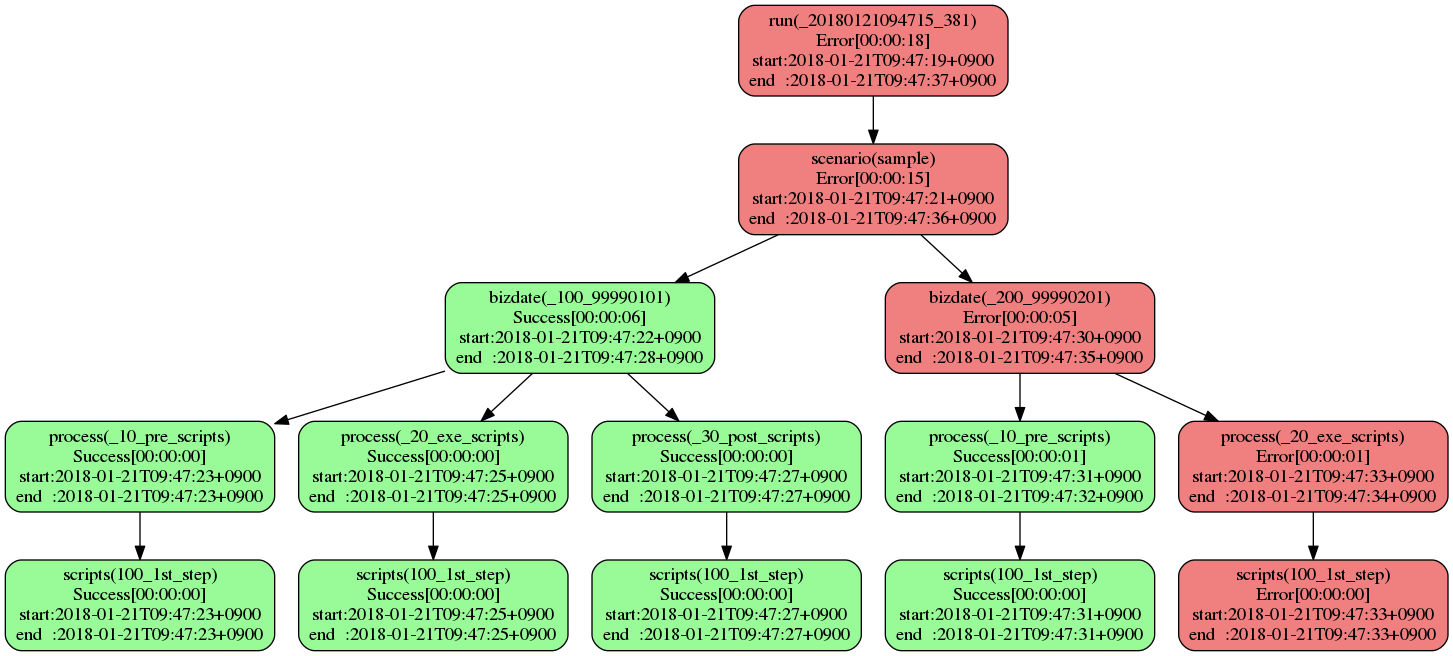
The Graphviz diagram sample.png in tkhr-sait/stfw-result-viewer-rails, before a commit. Its source is kept beside it as sample.dot.
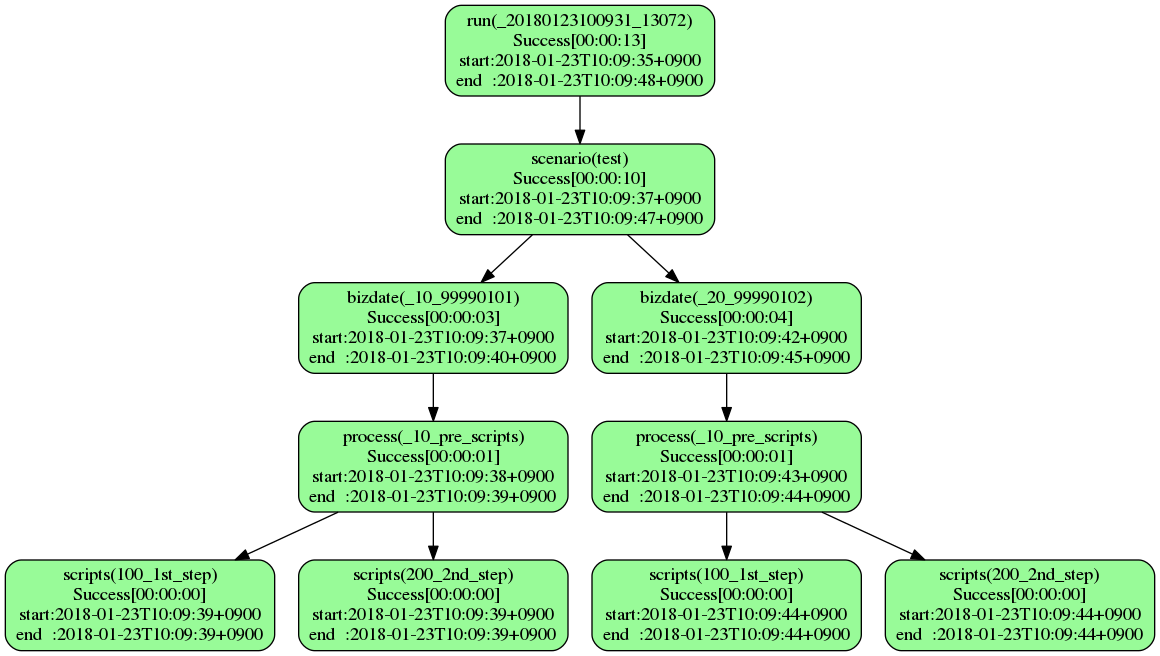
After the change.

The edit, as a diff of the source:
```diff
@@ -1,30 +1,22 @@
 digraph G {
   layout="dot";
-  x20180121094715x381xrun[label="run(_20180121094715_381)\nError[00:00:18]\nstart:2018-01-21T09:47:19+0900\nend  :2018-01-21T09:47:37+0900",shape="box",style="filled,rounded",fillcolor="lightcoral"];
-  x20180121094715x381xrunxsample[label="scenario(sample)\nError[00:00:15]\nstart:2018-01-21T09:47:21+0900\nend  :2018-01-21T09:47:36+0900",shape="box",style="filled,rounded",fillcolor="lightcoral"];
-  x20180121094715x381xrunxsamplexx100x99990101[label="bizdate(_100_99990101)\nSuccess[00:00:06]\nstart:2018-01-21T09:47:22+0900\nend  :2018-01-21T09:47:28+0900",shape="box",style="filled,rounded",fillcolor="palegreen"];
-  x20180121094715x381xrunxsamplexx100x99990101xx10xprexscripts[label="process(_10_pre_scripts)\nSuccess[00:00:00]\nstart:2018-01-21T09:47:23+0900\nend  :2018-01-21T09:47:23+0900",shape="box",style="filled,rounded",fillcolor="palegreen"];
-  x20180121094715x381xrunxsamplexx100x99990101xx10xprexscriptsx100x1stxstep[label="scripts(100_1st_step)\nSuccess[00:00:00]\nstart:2018-01-21T09:47:23+0900\nend  :2018-01-21T09:47:23+0900",shape="box",style="filled,rounded",fillcolor="palegreen"];
-  x20180121094715x381xrunxsamplexx100x99990101xx20xexexscripts[label="process(_20_exe_scripts)\nSuccess[00:00:00]\nstart:2018-01-21T09:47:25+0900\nend  :2018-01-21T09:47:25+0900",shape="box",style="filled,rounded",fillcolor="palegreen"];
-  x20180121094715x381xrunxsamplexx100x99990101xx20xexexscriptsx100x1stxstep[label="scripts(100_1st_step)\nSuccess[00:00:00]\nstart:2018-01-21T09:47:25+0900\nend  :2018-01-21T09:47:25+0900",shape="box",style="filled,rounded",fillcolor="palegreen"];
-  x20180121094715x381xrunxsamplexx100x99990101xx30xpostxscripts[label="process(_30_post_scripts)\nSuccess[00:00:00]\nstart:2018-01-21T09:47:27+0900\nend  :2018-01-21T09:47:27+0900",shape="box",style="filled,rounded",fillcolor="palegreen"];
-  x20180121094715x381xrunxsamplexx100x99990101xx30xpostxscriptsx100x1stxstep[label="scripts(100_1st_step)\nSuccess[00:00:00]\nstart:2018-01-21T09:47:27+0900\nend  :2018-01-21T09:47:27+0900",shape="box",style="filled,rounded",fillcolor="palegreen"];
-  x20180121094715x381xrunxsamplexx200x99990201[label="bizdate(_200_99990201)\nError[00:00:05]\nstart:2018-01-21T09:47:30+0900\nend  :2018-01-21T09:47:35+0900",shape="box",style="filled,rounded",fillcolor="lightcoral"];
-  x20180121094715x381xrunxsamplexx200x99990201xx10xprexscripts[label="process(_10_pre_scripts)\nSuccess[00:00:01]\nstart:2018-01-21T09:47:31+0900\nend  :2018-01-21T09:47:32+0900",shape="box",style="filled,rounded",fillcolor="palegreen"];
-  x20180121094715x381xrunxsamplexx200x99990201xx10xprexscriptsx100x1stxstep[label="scripts(100_1st_step)\nSuccess[00:00:00]\nstart:2018-01-21T09:47:31+0900\nend  :2018-01-21T09:47:31+0900",shape="box",style="filled,rounded",fillcolor="palegreen"];
-  x20180121094715x381xrunxsamplexx200x99990201xx20xexexscripts[label="process(_20_exe_scripts)\nError[00:00:01]\nstart:2018-01-21T09:47:33+0900\nend  :2018-01-21T09:47:34+0900",shape="box",style="filled,rounded",fillcolor="lightcoral"];
-  x20180121094715x381xrunxsamplexx200x99990201xx20xexexscriptsx100x1stxstep[label="scripts(100_1st_step)\nError[00:00:00]\nstart:2018-01-21T09:47:33+0900\nend  :2018-01-21T09:47:33+0900",shape="box",style="filled,rounded",fillcolor="lightcoral"];
-  x20180121094715x381xrun -> x20180121094715x381xrunxsample;
-  x20180121094715x381xrunxsample -> x20180121094715x381xrunxsamplexx100x99990101;
-  x20180121094715x381xrunxsamplexx100x99990101 -> x20180121094715x381xrunxsamplexx100x99990101xx10xprexscripts;
-  x20180121094715x381xrunxsamplexx100x99990101xx10xprexscripts -> x20180121094715x381xrunxsamplexx100x99990101xx10xprexscriptsx100x1stxstep;
-  x20180121094715x381xrunxsamplexx100x99990101 -> x20180121094715x381xrunxsamplexx100x99990101xx20xexexscripts;
-  x20180121094715x381xrunxsamplexx100x99990101xx20xexexscripts -> x20180121094715x381xrunxsamplexx100x99990101xx20xexexscriptsx100x1stxstep;
-  x20180121094715x381xrunxsamplexx100x99990101 -> x20180121094715x381xrunxsamplexx100x99990101xx30xpostxscripts;
-  x20180121094715x381xrunxsamplexx100x99990101xx30xpostxscripts -> x20180121094715x381xrunxsamplexx100x99990101xx30xpostxscriptsx100x1stxstep;
-  x20180121094715x381xrunxsample -> x20180121094715x381xrunxsamplexx200x99990201;
-  x20180121094715x381xrunxsamplexx200x99990201 -> x20180121094715x381xrunxsamplexx200x99990201xx10xprexscripts;
-  x20180121094715x381xrunxsamplexx200x99990201xx10xprexscripts -> x20180121094715x381xrunxsamplexx200x99990201xx10xprexscriptsx100x1stxstep;
-  x20180121094715x381xrunxsamplexx200x99990201 -> x20180121094715x381xrunxsamplexx200x99990201xx20xexexscripts;
-  x20180121094715x381xrunxsamplexx200x99990201xx20xexexscripts -> x20180121094715x381xrunxsamplexx200x99990201xx20xexexscriptsx100x1stxstep;
+  x20180123100931x13072xrun[label="run(_20180123100931_13072)\nSuccess[00:00:13]\nstart:2018-01-23T10:09:35+0900\nend  :2018-01-23T10:09:48+0900",shape="box",style="filled,rounded",fillcolor="palegreen"];
+  x20180123100931x13072xrunxtest[label="scenario(test)\nSuccess[00:00:10]\nstart:2018-01-23T10:09:37+0900\nend  :2018-01-23T10:09:47+0900",shape="box",style="filled,rounded",fillcolor="palegreen"];
+  x20180123100931x13072xrunxtestxx10x99990101[label="bizdate(_10_99990101)\nSuccess[00:00:03]\nstart:2018-01-23T10:09:37+0900\nend  :2018-01-23T10:09:40+0900",shape="box",style="filled,rounded",fillcolor="palegreen"];
+  x20180123100931x13072xrunxtestxx10x99990101xx10xprexscripts[label="process(_10_pre_scripts)\nSuccess[00:00:01]\nstart:2018-01-23T10:09:38+0900\nend  :2018-01-23T10:09:39+0900",shape="box",style="filled,rounded",fillcolor="palegreen"];
+  x20180123100931x13072xrunxtestxx10x99990101xx10xprexscriptsx100x1stxstep[label="scripts(100_1st_step)\nSuccess[00:00:00]\nstart:2018-01-23T10:09:39+0900\nend  :2018-01-23T10:09:39+0900",shape="box",style="filled,rounded",fillcolor="palegreen"];
+  x20180123100931x13072xrunxtestxx10x99990101xx10xprexscriptsx200x2ndxstep[label="scripts(200_2nd_step)\nSuccess[00:00:00]\nstart:2018-01-23T10:09:39+0900\nend  :2018-01-23T10:09:39+0900",shape="box",style="filled,rounded",fillcolor="palegreen"];
+  x20180123100931x13072xrunxtestxx20x99990102[label="bizdate(_20_99990102)\nSuccess[00:00:04]\nstart:2018-01-23T10:09:42+0900\nend  :2018-01-23T10:09:45+0900",shape="box",style="filled,rounded",fillcolor="palegreen"];
+  x20180123100931x13072xrunxtestxx20x99990102xx10xprexscripts[label="process(_10_pre_scripts)\nSuccess[00:00:01]\nstart:2018-01-23T10:09:43+0900\nend  :2018-01-23T10:09:44+0900",shape="box",style="filled,rounded",fillcolor="palegreen"];
+  x20180123100931x13072xrunxtestxx20x99990102xx10xprexscriptsx100x1stxstep[label="scripts(100_1st_step)\nSuccess[00:00:00]\nstart:2018-01-23T10:09:44+0900\nend  :2018-01-23T10:09:44+0900",shape="box",style="filled,rounded",fillcolor="palegreen"];
+  x20180123100931x13072xrunxtestxx20x99990102xx10xprexscriptsx200x2ndxstep[label="scripts(200_2nd_step)\nSuccess[00:00:00]\nstart:2018-01-23T10:09:44+0900\nend  :2018-01-23T10:09:44+0900",shape="box",style="filled,rounded",fillcolor="palegreen"];
+  x20180123100931x13072xrun -> x20180123100931x13072xrunxtest;
+  x20180123100931x13072xrunxtest -> x20180123100931x13072xrunxtestxx10x99990101;
+  x20180123100931x13072xrunxtestxx10x99990101 -> x20180123100931x13072xrunxtestxx10x99990101xx10xprexscripts;
+  x20180123100931x13072xrunxtestxx10x99990101xx10xprexscripts -> x20180123100931x13072xrunxtestxx10x99990101xx10xprexscriptsx100x1stxstep;
+  x20180123100931x13072xrunxtestxx10x99990101xx10xprexscripts -> x20180123100931x13072xrunxtestxx10x99990101xx10xprexscriptsx200x2ndxstep;
+  x20180123100931x13072xrunxtest -> x20180123100931x13072xrunxtestxx20x99990102;
+  x20180123100931x13072xrunxtestxx20x99990102 -> x20180123100931x13072xrunxtestxx20x99990102xx10xprexscripts;
+  x20180123100931x13072xrunxtestxx20x99990102xx10xprexscripts -> x20180123100931x13072xrunxtestxx20x99990102xx10xprexscriptsx100x1stxstep;
+  x20180123100931x13072xrunxtestxx20x99990102xx10xprexscripts -> x20180123100931x13072xrunxtestxx20x99990102xx10xprexscriptsx200x2ndxstep;
 }
```
